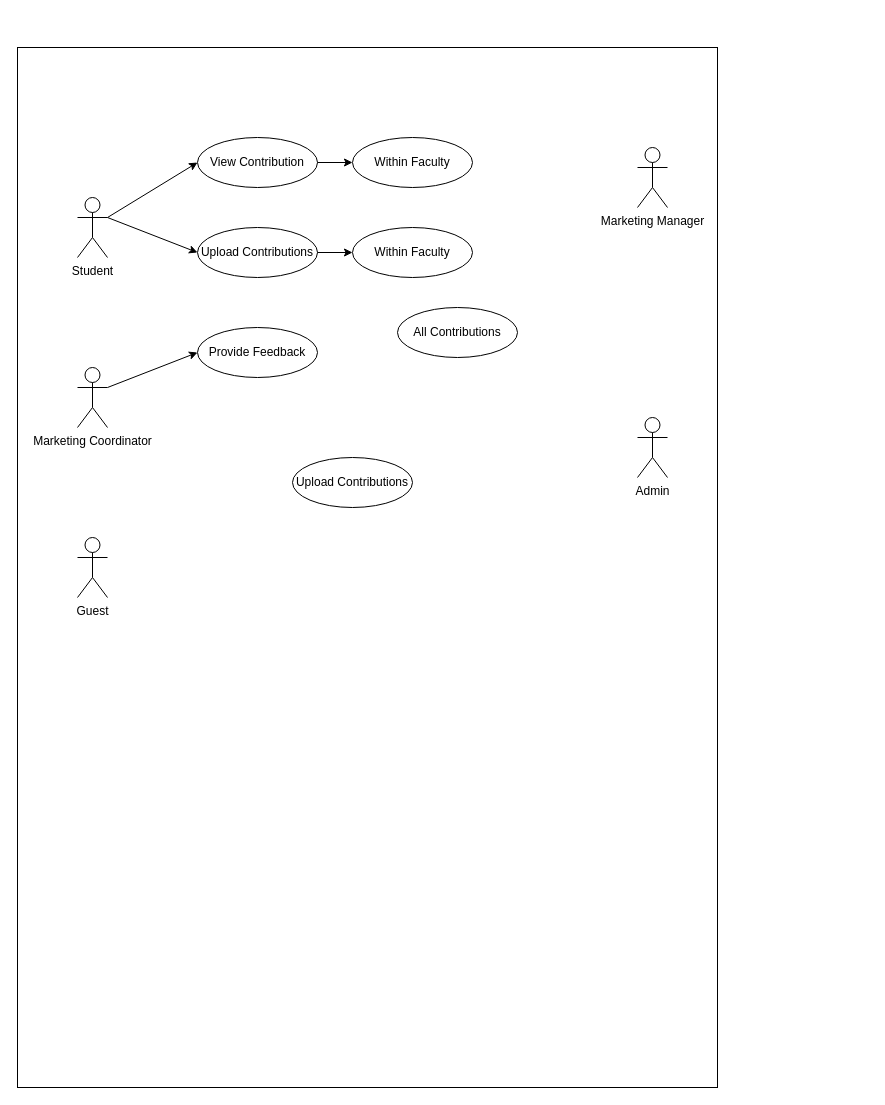
HungBuii/creative_ideas_project_1 keeps this draw.io diagram as Requirement Analysis diagram/use case diagram.drawio. Above is the earlier version. Source tidied: cells renumbered, new cells numbered last; positions are measured from the earlier drawing's top-left corner, leaving out a move shared by most shapes. Both pictures are drawn from the tidied source at 100%, with x=0, y=0 at pixel (17, 47).
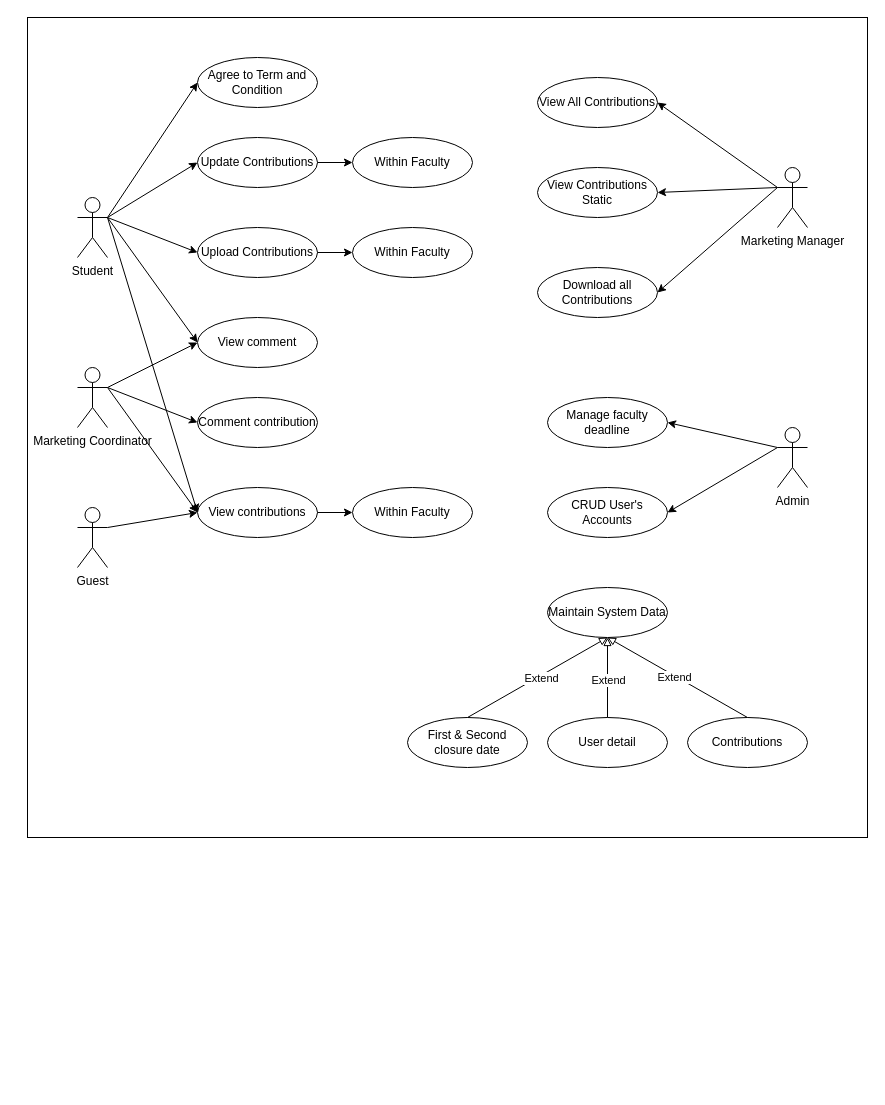
After the change.

The change refers to these unchanged cells:
```xml
<mxCell id="6" value="Marketing Coordinator" style="shape=umlActor;verticalLabelPosition=bottom;verticalAlign=top;html=1;outlineConnect=0;" parent="1" vertex="1">
  <mxGeometry x="60" y="320" width="30" height="60" as="geometry" />
</mxCell>
<mxCell id="7" value="Student" style="shape=umlActor;verticalLabelPosition=bottom;verticalAlign=top;html=1;outlineConnect=0;" parent="1" vertex="1">
  <mxGeometry x="60" y="150" width="30" height="60" as="geometry" />
</mxCell>
<mxCell id="9" value="Within Faculty" style="ellipse;whiteSpace=wrap;html=1;" parent="1" vertex="1">
  <mxGeometry x="335" y="180" width="120" height="50" as="geometry" />
</mxCell>
<mxCell id="10" value="Upload Contributions" style="ellipse;whiteSpace=wrap;html=1;" parent="1" vertex="1">
  <mxGeometry x="180" y="180" width="120" height="50" as="geometry" />
</mxCell>
```

What changed in the source:
```diff
@@
     <mxCell id="2" style="rounded=0;whiteSpace=wrap;html=1;" parent="1" vertex="1">
-      <mxGeometry width="700" height="1040" as="geometry" />
+      <mxGeometry x="10" y="-30" width="840" height="820" as="geometry" />
     </mxCell>
     <mxCell id="3" value="Admin" style="shape=umlActor;verticalLabelPosition=bottom;verticalAlign=top;html=1;outlineConnect=0;" parent="1" vertex="1">
-      <mxGeometry x="620" y="370" width="30" height="60" as="geometry" />
+      <mxGeometry x="760" y="380" width="30" height="60" as="geometry" />
     </mxCell>
     <mxCell id="4" value="Guest" style="shape=umlActor;verticalLabelPosition=bottom;verticalAlign=top;html=1;outlineConnect=0;" parent="1" vertex="1">
-      <mxGeometry x="60" y="490" width="30" height="60" as="geometry" />
+      <mxGeometry x="60" y="460" width="30" height="60" as="geometry" />
     </mxCell>
     <mxCell id="5" value="Marketing Manager" style="shape=umlActor;verticalLabelPosition=bottom;verticalAlign=top;html=1;outlineConnect=0;" parent="1" vertex="1">
-      <mxGeometry x="620" y="100" width="30" height="60" as="geometry" />
+      <mxGeometry x="760" y="120" width="30" height="60" as="geometry" />
     </mxCell>
@@
-    <mxCell id="8" value="View Contribution" style="ellipse;whiteSpace=wrap;html=1;" parent="1" vertex="1">
-      <mxGeometry x="180" y="90" width="120" height="50" as="geometry" />
-    </mxCell>
@@
-    <mxCell id="12" style="endArrow=classic;html=1;rounded=0;exitX=1;exitY=0.3333333333333333;exitDx=0;exitDy=0;exitPerimeter=0;entryX=0;entryY=0.5;entryDx=0;entryDy=0;" parent="1" edge="1" source="7" target="8">
-      <mxGeometry relative="1" as="geometry" />
-    </mxCell>
-    <mxCell id="13" value="Within Faculty" style="ellipse;whiteSpace=wrap;html=1;" parent="1" vertex="1">
-      <mxGeometry x="335" y="90" width="120" height="50" as="geometry" />
-    </mxCell>
-    <mxCell id="14" style="endArrow=classic;html=1;rounded=0;entryX=0;entryY=0.5;entryDx=0;entryDy=0;exitX=1;exitY=0.5;exitDx=0;exitDy=0;" parent="1" edge="1" source="10" target="9">
-      <mxGeometry relative="1" as="geometry" />
-    </mxCell>
-    <mxCell id="15" style="endArrow=classic;html=1;rounded=0;exitX=1;exitY=0.5;exitDx=0;exitDy=0;entryX=0;entryY=0.5;entryDx=0;entryDy=0;" parent="1" edge="1" source="8" target="13">
-      <mxGeometry relative="1" as="geometry" />
-    </mxCell>
@@
-    <mxCell id="17" value="All Contributions" style="ellipse;whiteSpace=wrap;html=1;" parent="1" vertex="1">
-      <mxGeometry x="380" y="260" width="120" height="50" as="geometry" />
+    <mxCell id="17" value="View All Contributions" style="ellipse;whiteSpace=wrap;html=1;" parent="1" vertex="1">
+      <mxGeometry x="520" y="30" width="120" height="50" as="geometry" />
     </mxCell>
-    <mxCell id="18" value="Provide Feedback" style="ellipse;whiteSpace=wrap;html=1;" parent="1" vertex="1">
-      <mxGeometry x="180" y="280" width="120" height="50" as="geometry" />
-    </mxCell>
-    <mxCell id="19" style="endArrow=classic;html=1;rounded=0;exitX=1;exitY=0.3333333333333333;exitDx=0;exitDy=0;exitPerimeter=0;entryX=0;entryY=0.5;entryDx=0;entryDy=0;" parent="1" edge="1" source="6" target="18">
-      <mxGeometry relative="1" as="geometry" />
-    </mxCell>
-    <mxCell id="20" value="Upload Contributions" style="ellipse;whiteSpace=wrap;html=1;" parent="1" vertex="1">
-      <mxGeometry x="275" y="410" width="120" height="50" as="geometry" />
+    <mxCell id="20" value="Manage faculty deadline" style="ellipse;whiteSpace=wrap;html=1;" parent="1" vertex="1">
+      <mxGeometry x="530" y="350" width="120" height="50" as="geometry" />
     </mxCell>
+    <mxCell id="21" value="Comment contribution" style="ellipse;whiteSpace=wrap;html=1;" parent="1" vertex="1">
+      <mxGeometry x="180" y="350" width="120" height="50" as="geometry" />
+    </mxCell>
+    <mxCell id="22" style="endArrow=classic;html=1;rounded=0;exitX=1;exitY=0.3333333333333333;exitDx=0;exitDy=0;exitPerimeter=0;entryX=0;entryY=0.5;entryDx=0;entryDy=0;" parent="1" edge="1" source="6" target="21">
+      <mxGeometry relative="1" as="geometry" />
+    </mxCell>
+    <mxCell id="23" value="Update Contributions" style="ellipse;whiteSpace=wrap;html=1;" parent="1" vertex="1">
+      <mxGeometry x="180" y="90" width="120" height="50" as="geometry" />
+    </mxCell>
+    <mxCell id="24" style="endArrow=classic;html=1;rounded=0;exitX=1;exitY=0.3333333333333333;exitDx=0;exitDy=0;exitPerimeter=0;entryX=0;entryY=0.5;entryDx=0;entryDy=0;" parent="1" edge="1" source="7" target="23">
+      <mxGeometry relative="1" as="geometry" />
+    </mxCell>
+    <mxCell id="13" value="Within Faculty" style="ellipse;whiteSpace=wrap;html=1;" parent="1" vertex="1">
+      <mxGeometry x="335" y="90" width="120" height="50" as="geometry" />
+    </mxCell>
+    <mxCell id="25" style="endArrow=classic;html=1;rounded=0;exitX=1;exitY=0.5;exitDx=0;exitDy=0;entryX=0;entryY=0.5;entryDx=0;entryDy=0;" parent="1" edge="1" source="23" target="13">
+      <mxGeometry relative="1" as="geometry" />
+    </mxCell>
+    <mxCell id="14" style="endArrow=classic;html=1;rounded=0;exitX=1;exitY=0.5;exitDx=0;exitDy=0;entryX=0;entryY=0.5;entryDx=0;entryDy=0;" parent="1" edge="1" source="10" target="9">
+      <mxGeometry relative="1" as="geometry" />
+    </mxCell>
+    <mxCell id="26" value="View contributions" style="ellipse;whiteSpace=wrap;html=1;" parent="1" vertex="1">
+      <mxGeometry x="180" y="440" width="120" height="50" as="geometry" />
+    </mxCell>
+    <mxCell id="27" value="Within Faculty" style="ellipse;whiteSpace=wrap;html=1;" parent="1" vertex="1">
+      <mxGeometry x="335" y="440" width="120" height="50" as="geometry" />
+    </mxCell>
+    <mxCell id="28" style="endArrow=classic;html=1;rounded=0;exitX=1;exitY=0.5;exitDx=0;exitDy=0;entryX=0;entryY=0.5;entryDx=0;entryDy=0;" parent="1" edge="1" source="26" target="27">
+      <mxGeometry relative="1" as="geometry" />
+    </mxCell>
+    <mxCell id="29" style="endArrow=classic;html=1;rounded=0;exitX=1;exitY=0.3333333333333333;exitDx=0;exitDy=0;exitPerimeter=0;entryX=0;entryY=0.5;entryDx=0;entryDy=0;" parent="1" edge="1" source="6" target="26">
+      <mxGeometry relative="1" as="geometry" />
+    </mxCell>
+    <mxCell id="30" style="endArrow=classic;html=1;rounded=0;exitX=1;exitY=0.3333333333333333;exitDx=0;exitDy=0;exitPerimeter=0;entryX=0;entryY=0.5;entryDx=0;entryDy=0;" parent="1" edge="1" source="7" target="26">
+      <mxGeometry relative="1" as="geometry" />
+    </mxCell>
+    <mxCell id="31" style="endArrow=classic;html=1;rounded=0;exitX=1;exitY=0.3333333333333333;exitDx=0;exitDy=0;exitPerimeter=0;entryX=0;entryY=0.5;entryDx=0;entryDy=0;" parent="1" edge="1" source="4" target="26">
+      <mxGeometry relative="1" as="geometry" />
+    </mxCell>
+    <mxCell id="32" value="View comment" style="ellipse;whiteSpace=wrap;html=1;" parent="1" vertex="1">
+      <mxGeometry x="180" y="270" width="120" height="50" as="geometry" />
+    </mxCell>
+    <mxCell id="33" style="endArrow=classic;html=1;rounded=0;exitX=1;exitY=0.3333333333333333;exitDx=0;exitDy=0;exitPerimeter=0;entryX=0;entryY=0.5;entryDx=0;entryDy=0;" parent="1" edge="1" source="7" target="32">
+      <mxGeometry relative="1" as="geometry" />
+    </mxCell>
+    <mxCell id="34" style="endArrow=classic;html=1;rounded=0;exitX=1;exitY=0.3333333333333333;exitDx=0;exitDy=0;exitPerimeter=0;entryX=0;entryY=0.5;entryDx=0;entryDy=0;" parent="1" edge="1" source="6" target="32">
+      <mxGeometry relative="1" as="geometry" />
+    </mxCell>
+    <mxCell id="35" value="Agree to Term and Condition" style="ellipse;whiteSpace=wrap;html=1;" parent="1" vertex="1">
+      <mxGeometry x="180" y="10" width="120" height="50" as="geometry" />
+    </mxCell>
+    <mxCell id="36" style="endArrow=classic;html=1;rounded=0;exitX=1;exitY=0.3333333333333333;exitDx=0;exitDy=0;exitPerimeter=0;entryX=0;entryY=0.5;entryDx=0;entryDy=0;" parent="1" edge="1" source="7" target="35">
+      <mxGeometry relative="1" as="geometry" />
+    </mxCell>
+    <mxCell id="37" value="View Contributions Static" style="ellipse;whiteSpace=wrap;html=1;" parent="1" vertex="1">
+      <mxGeometry x="520" y="120" width="120" height="50" as="geometry" />
+    </mxCell>
+    <mxCell id="38" value="Download all Contributions" style="ellipse;whiteSpace=wrap;html=1;" parent="1" vertex="1">
+      <mxGeometry x="520" y="220" width="120" height="50" as="geometry" />
+    </mxCell>
+    <mxCell id="39" style="endArrow=classic;html=1;rounded=0;exitX=0;exitY=0.3333333333333333;exitDx=0;exitDy=0;exitPerimeter=0;entryX=1;entryY=0.5;entryDx=0;entryDy=0;" parent="1" edge="1" source="5" target="17">
+      <mxGeometry relative="1" as="geometry" />
+    </mxCell>
+    <mxCell id="40" style="endArrow=classic;html=1;rounded=0;exitX=0;exitY=0.3333333333333333;exitDx=0;exitDy=0;exitPerimeter=0;entryX=1;entryY=0.5;entryDx=0;entryDy=0;" parent="1" edge="1" source="5" target="37">
+      <mxGeometry relative="1" as="geometry" />
+    </mxCell>
+    <mxCell id="41" style="endArrow=classic;html=1;rounded=0;exitX=0;exitY=0.3333333333333333;exitDx=0;exitDy=0;exitPerimeter=0;entryX=1;entryY=0.5;entryDx=0;entryDy=0;" parent="1" edge="1" source="5" target="38">
+      <mxGeometry relative="1" as="geometry" />
+    </mxCell>
+    <mxCell id="42" value="CRUD User's Accounts" style="ellipse;whiteSpace=wrap;html=1;" parent="1" vertex="1">
+      <mxGeometry x="530" y="440" width="120" height="50" as="geometry" />
+    </mxCell>
+    <mxCell id="43" style="endArrow=classic;html=1;rounded=0;exitX=0;exitY=0.3333333333333333;exitDx=0;exitDy=0;exitPerimeter=0;entryX=1;entryY=0.5;entryDx=0;entryDy=0;" parent="1" edge="1" source="3" target="20">
+      <mxGeometry relative="1" as="geometry" />
+    </mxCell>
+    <mxCell id="44" style="endArrow=classic;html=1;rounded=0;exitX=0;exitY=0.3333333333333333;exitDx=0;exitDy=0;exitPerimeter=0;entryX=1;entryY=0.5;entryDx=0;entryDy=0;" parent="1" edge="1" source="3" target="42">
+      <mxGeometry relative="1" as="geometry" />
+    </mxCell>
+    <mxCell id="45" value="Maintain System Data" style="ellipse;whiteSpace=wrap;html=1;" parent="1" vertex="1">
+      <mxGeometry x="530" y="540" width="120" height="50" as="geometry" />
+    </mxCell>
+    <mxCell id="46" value="First &amp;amp; Second closure date" style="ellipse;whiteSpace=wrap;html=1;" parent="1" vertex="1">
+      <mxGeometry x="390" y="670" width="120" height="50" as="geometry" />
+    </mxCell>
+    <mxCell id="47" value="User detail" style="ellipse;whiteSpace=wrap;html=1;" parent="1" vertex="1">
+      <mxGeometry x="530" y="670" width="120" height="50" as="geometry" />
+    </mxCell>
+    <mxCell id="48" value="Contributions" style="ellipse;whiteSpace=wrap;html=1;" parent="1" vertex="1">
+      <mxGeometry x="670" y="670" width="120" height="50" as="geometry" />
+    </mxCell>
+    <mxCell id="49" style="endArrow=block;html=1;rounded=0;exitX=0.5;exitY=0;exitDx=0;exitDy=0;entryX=0.5;entryY=1;entryDx=0;entryDy=0;endFill=0;" parent="1" edge="1" source="46" target="45">
+      <mxGeometry relative="1" as="geometry" />
+    </mxCell>
+    <mxCell id="50" value="Extend" style="edgeLabel;html=1;align=center;verticalAlign=middle;" parent="49" vertex="1">
+      <mxGeometry x="0.03" y="-2" relative="1" as="geometry" />
+    </mxCell>
+    <mxCell id="51" style="endArrow=block;html=1;rounded=0;exitX=0.5;exitY=0;exitDx=0;exitDy=0;entryX=0.5;entryY=1;entryDx=0;entryDy=0;endFill=0;" parent="1" edge="1" source="47" target="45">
+      <mxGeometry relative="1" as="geometry" />
+    </mxCell>
+    <mxCell id="52" value="Extend" style="edgeLabel;html=1;align=center;verticalAlign=middle;" parent="51" vertex="1">
+      <mxGeometry x="-0.05" relative="1" as="geometry" />
+    </mxCell>
+    <mxCell id="53" style="endArrow=block;html=1;rounded=0;exitX=0.5;exitY=0;exitDx=0;exitDy=0;entryX=0.5;entryY=1;entryDx=0;entryDy=0;endFill=0;" parent="1" edge="1" source="48" target="45">
+      <mxGeometry relative="1" as="geometry" />
+    </mxCell>
+    <mxCell id="54" value="Extend" style="edgeLabel;html=1;align=center;verticalAlign=middle;" parent="53" vertex="1">
+      <mxGeometry x="0.04" y="1" relative="1" as="geometry" />
+    </mxCell>
```
